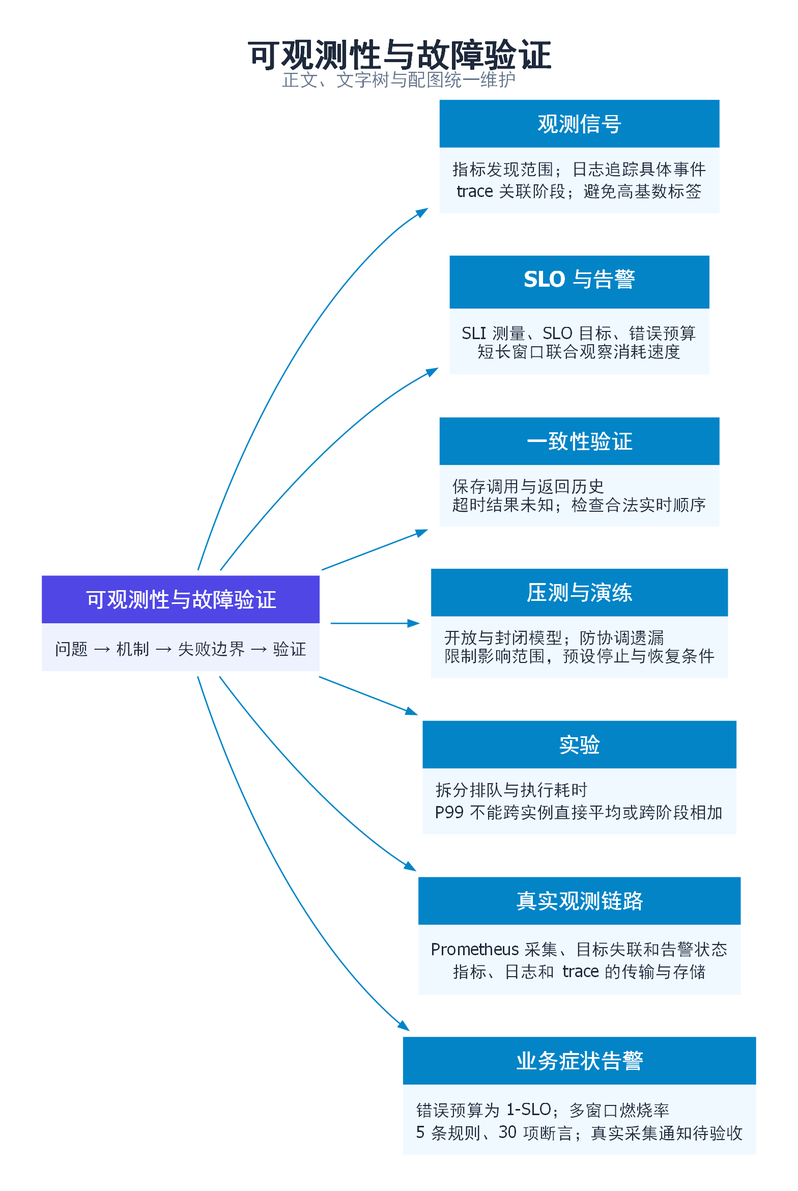
zingerWang/Jobs keeps this Graphviz diagram as 分布式系统/images/topic-11-mindmap.png. Above is the earlier version. Its source is kept beside it as 分布式系统/images/topic-11-mindmap.dot.
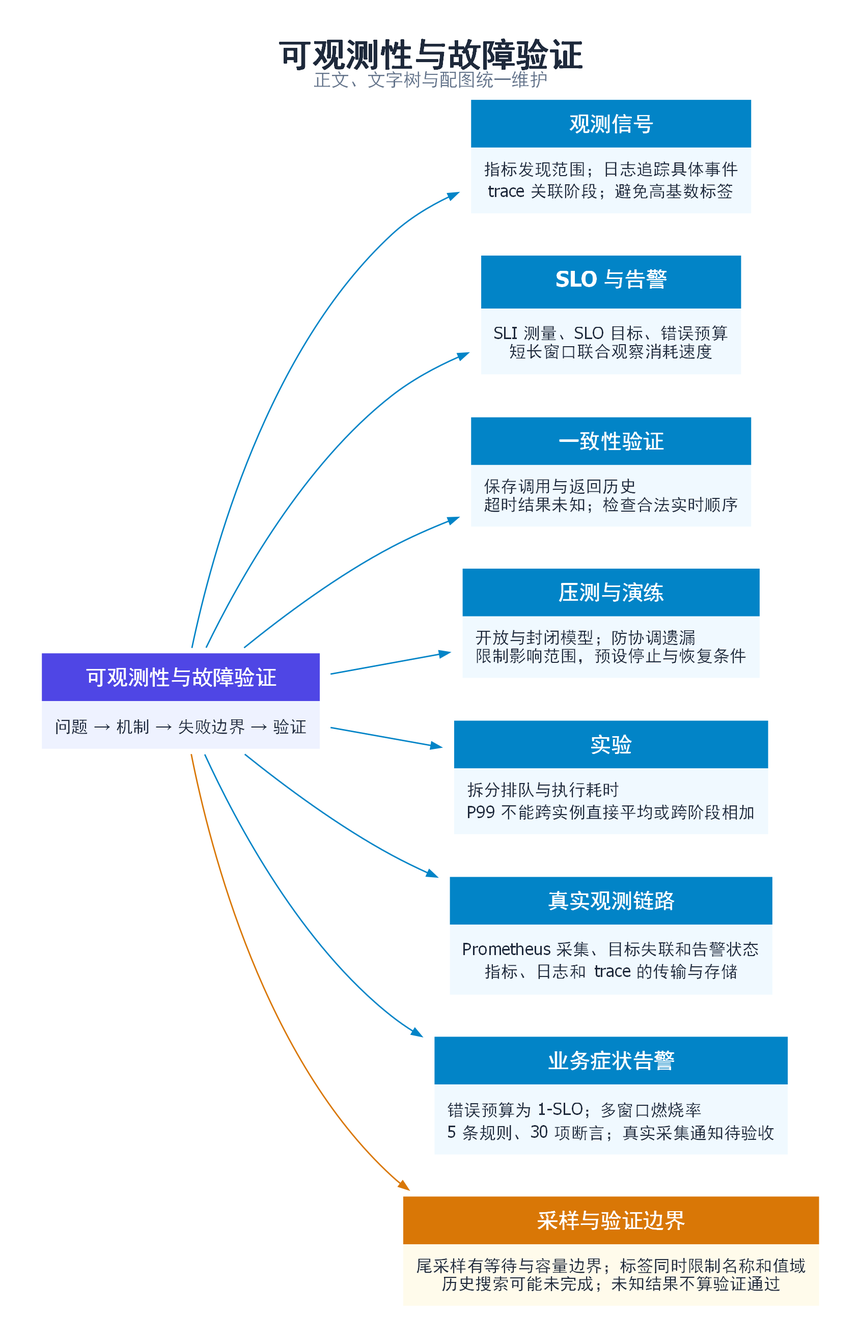
The same diagram one commit later.

The edit, as a diff of the source:
```diff
@@ -17,4 +17,6 @@
 root -> n4;
 root -> n5;
 root -> n6;
+engineering [label=<<TABLE BORDER="0" CELLBORDER="0" CELLSPACING="0" CELLPADDING="9"><TR><TD BGCOLOR="#D97706"><FONT COLOR="white" POINT-SIZE="15"><B>采样与验证边界</B></FONT></TD></TR><TR><TD BGCOLOR="#FFFBEB" ALIGN="LEFT"><FONT COLOR="#1E293B" POINT-SIZE="12">尾采样有等待与容量边界；标签同时限制名称和值域<BR ALIGN="LEFT"/>历史搜索可能未完成；未知结果不算验证通过</FONT></TD></TR></TABLE>>];
+root -> engineering [color="#D97706",fontcolor="#D97706"];
 }
```
